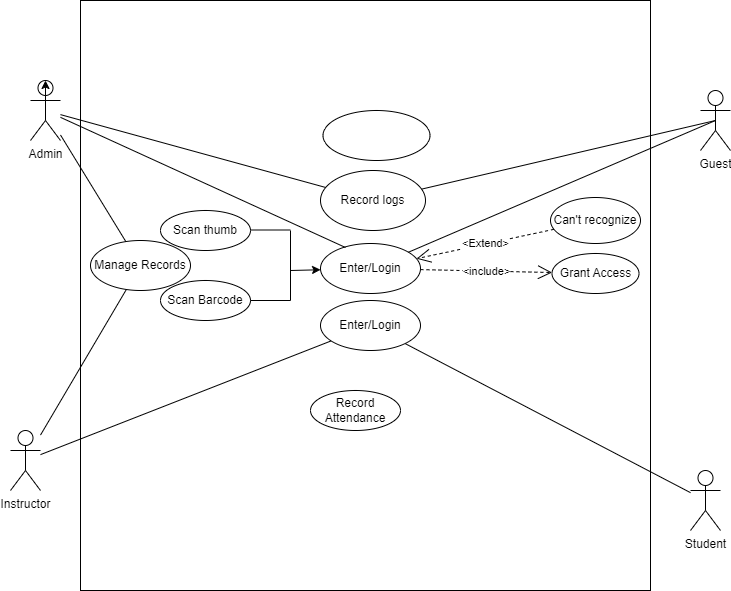
Above: UseCaseDiagram.drawio.png in kaisunoo/Acads (draw.io), before the change. Source tidied: cells renumbered, new cells last; positions are measured from the earlier drawing's top-left corner, leaving out a move shared by most shapes. Its diagram source:
```xml
<mxGraphModel>
  <root>
    <mxCell id="0" />
    <mxCell id="1" parent="0" />
    <mxCell id="2" style="rounded=0;whiteSpace=wrap;html=1;" parent="1" vertex="1">
      <mxGeometry x="70" width="570" height="590" as="geometry" />
    </mxCell>
    <mxCell id="3" value="Student" style="shape=umlActor;verticalLabelPosition=bottom;verticalAlign=top;html=1;outlineConnect=0;" parent="1" vertex="1">
      <mxGeometry x="680" y="470" width="30" height="60" as="geometry" />
    </mxCell>
    <mxCell id="4" value="Admin" style="shape=umlActor;verticalLabelPosition=bottom;verticalAlign=top;html=1;outlineConnect=0;" parent="1" vertex="1">
      <mxGeometry x="20" y="80" width="30" height="60" as="geometry" />
    </mxCell>
    <mxCell id="5" value="Instructor&lt;br&gt;" style="shape=umlActor;verticalLabelPosition=bottom;verticalAlign=top;html=1;outlineConnect=0;" parent="1" vertex="1">
      <mxGeometry y="430" width="30" height="60" as="geometry" />
    </mxCell>
    <mxCell id="6" value="Guest" style="shape=umlActor;verticalLabelPosition=bottom;verticalAlign=top;html=1;outlineConnect=0;" parent="1" vertex="1">
      <mxGeometry x="690" y="90" width="30" height="60" as="geometry" />
    </mxCell>
    <mxCell id="7" value="Enter/Login" style="ellipse;whiteSpace=wrap;html=1;" parent="1" vertex="1">
      <mxGeometry x="310" y="243" width="100" height="50" as="geometry" />
    </mxCell>
    <mxCell id="8" value="Scan thumb" style="ellipse;whiteSpace=wrap;html=1;" parent="1" vertex="1">
      <mxGeometry x="150" y="210" width="90" height="40" as="geometry" />
    </mxCell>
    <mxCell id="9" value="Scan Barcode" style="ellipse;whiteSpace=wrap;html=1;" parent="1" vertex="1">
      <mxGeometry x="150" y="280" width="90" height="40" as="geometry" />
    </mxCell>
    <mxCell id="10" style="endArrow=none;html=1;rounded=0;" parent="1" edge="1" source="9">
      <mxGeometry relative="1" as="geometry">
        <mxPoint x="280" y="300" as="targetPoint" />
      </mxGeometry>
    </mxCell>
    <mxCell id="11" style="endArrow=none;html=1;rounded=0;" parent="1" edge="1">
      <mxGeometry relative="1" as="geometry">
        <mxPoint x="240" y="229.5" as="sourcePoint" />
        <mxPoint x="280" y="229.5" as="targetPoint" />
      </mxGeometry>
    </mxCell>
    <mxCell id="12" style="endArrow=none;html=1;rounded=0;" parent="1" edge="1">
      <mxGeometry relative="1" as="geometry">
        <mxPoint x="280" y="300" as="sourcePoint" />
        <mxPoint x="280" y="230" as="targetPoint" />
      </mxGeometry>
    </mxCell>
    <mxCell id="13" style="endArrow=classic;html=1;rounded=0;" parent="1" edge="1" target="7">
      <mxGeometry relative="1" as="geometry">
        <mxPoint x="280" y="270" as="sourcePoint" />
      </mxGeometry>
    </mxCell>
    <mxCell id="14" style="edgeStyle=orthogonalEdgeStyle;rounded=0;orthogonalLoop=1;jettySize=auto;html=1;exitX=0.5;exitY=0.5;exitDx=0;exitDy=0;exitPerimeter=0;entryX=0.5;entryY=0;entryDx=0;entryDy=0;entryPerimeter=0;" parent="1" edge="1" source="4" target="4">
      <mxGeometry relative="1" as="geometry" />
    </mxCell>
    <mxCell id="15" style="endArrow=none;html=1;rounded=0;exitX=0.25;exitY=0.08;exitDx=0;exitDy=0;exitPerimeter=0;" parent="1" edge="1" source="7" target="4">
      <mxGeometry relative="1" as="geometry" />
    </mxCell>
    <mxCell id="16" style="endArrow=none;html=1;rounded=0;" parent="1" edge="1" source="5" target="31">
      <mxGeometry relative="1" as="geometry" />
    </mxCell>
    <mxCell id="17" style="endArrow=none;html=1;rounded=0;" parent="1" edge="1" source="31" target="3">
      <mxGeometry relative="1" as="geometry" />
    </mxCell>
    <mxCell id="18" style="endArrow=none;html=1;rounded=0;entryX=0.5;entryY=0.5;entryDx=0;entryDy=0;entryPerimeter=0;" parent="1" edge="1" source="7" target="6">
      <mxGeometry relative="1" as="geometry" />
    </mxCell>
    <mxCell id="19" value="Record Attendance" style="ellipse;whiteSpace=wrap;html=1;" parent="1" vertex="1">
      <mxGeometry x="300" y="390" width="90" height="40" as="geometry" />
    </mxCell>
    <mxCell id="20" value="Record logs" style="ellipse;whiteSpace=wrap;html=1;" parent="1" vertex="1">
      <mxGeometry x="310" y="170" width="105" height="60" as="geometry" />
    </mxCell>
    <mxCell id="21" style="endArrow=none;html=1;rounded=0;" parent="1" edge="1" source="4" target="20">
      <mxGeometry relative="1" as="geometry" />
    </mxCell>
    <mxCell id="22" style="endArrow=none;html=1;rounded=0;entryX=0.5;entryY=0.5;entryDx=0;entryDy=0;entryPerimeter=0;" parent="1" edge="1" source="20" target="6">
      <mxGeometry relative="1" as="geometry" />
    </mxCell>
    <mxCell id="23" value="Can't recognize" style="ellipse;whiteSpace=wrap;html=1;" parent="1" vertex="1">
      <mxGeometry x="540" y="197" width="90" height="46" as="geometry" />
    </mxCell>
    <mxCell id="24" value="&amp;lt;Extend&amp;gt;" style="endArrow=open;endSize=12;dashed=1;html=1;rounded=0;" parent="1" edge="1" source="23" target="7">
      <mxGeometry relative="1" as="geometry" />
    </mxCell>
    <mxCell id="25" value="Manage Records" style="ellipse;whiteSpace=wrap;html=1;" parent="1" vertex="1">
      <mxGeometry x="80" y="240" width="100" height="50" as="geometry" />
    </mxCell>
    <mxCell id="26" style="endArrow=none;html=1;rounded=0;" parent="1" edge="1" source="5" target="25">
      <mxGeometry relative="1" as="geometry" />
    </mxCell>
    <mxCell id="27" style="ellipse;whiteSpace=wrap;html=1;" parent="1" vertex="1">
      <mxGeometry x="312.5" y="110" width="107" height="50" as="geometry" />
    </mxCell>
    <mxCell id="28" style="endArrow=none;html=1;rounded=0;" parent="1" edge="1" source="4" target="25">
      <mxGeometry relative="1" as="geometry" />
    </mxCell>
    <mxCell id="29" value="Grant Access" style="ellipse;whiteSpace=wrap;html=1;" parent="1" vertex="1">
      <mxGeometry x="541.5" y="253" width="87" height="40" as="geometry" />
    </mxCell>
    <mxCell id="30" value="&amp;lt;include&amp;gt;" style="endArrow=open;endSize=12;dashed=1;html=1;rounded=0;" parent="1" edge="1" source="7" target="29">
      <mxGeometry relative="1" as="geometry" />
    </mxCell>
    <mxCell id="31" value="Enter/Login" style="ellipse;whiteSpace=wrap;html=1;" parent="1" vertex="1">
      <mxGeometry x="310" y="300" width="100" height="50" as="geometry" />
    </mxCell>
  </root>
</mxGraphModel>
```
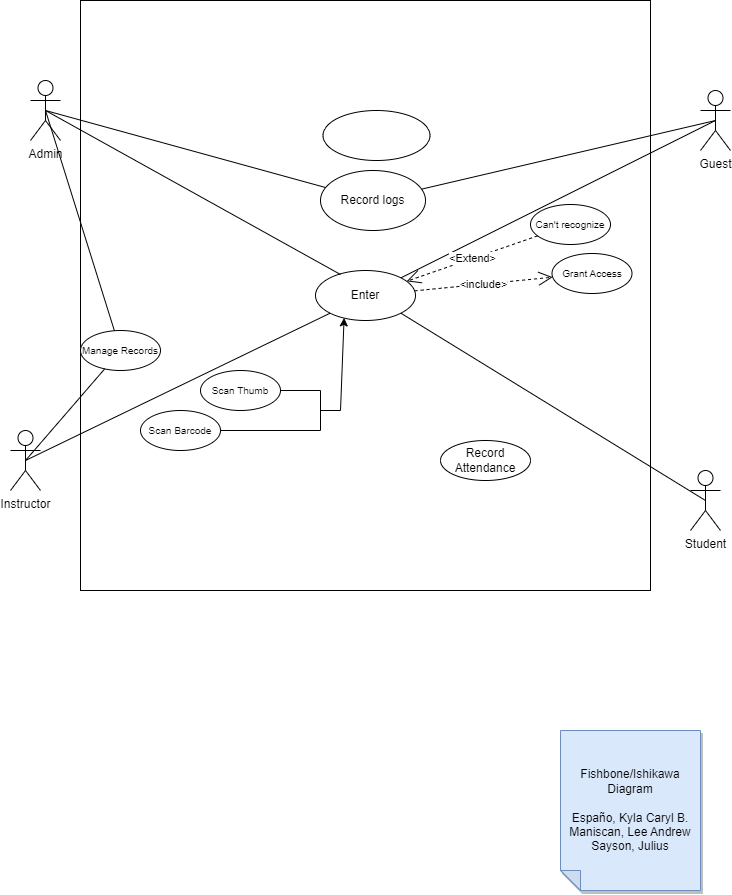
The same file after the commit.

Change to the diagram source:
```diff
@@ -17,90 +17,89 @@
     <mxCell id="6" value="Guest" style="shape=umlActor;verticalLabelPosition=bottom;verticalAlign=top;html=1;outlineConnect=0;" parent="1" vertex="1">
       <mxGeometry x="690" y="90" width="30" height="60" as="geometry" />
     </mxCell>
-    <mxCell id="7" value="Enter/Login" style="ellipse;whiteSpace=wrap;html=1;" parent="1" vertex="1">
-      <mxGeometry x="310" y="243" width="100" height="50" as="geometry" />
+    <mxCell id="7" value="Enter" style="ellipse;whiteSpace=wrap;html=1;" parent="1" vertex="1">
+      <mxGeometry x="305" y="270" width="100" height="50" as="geometry" />
     </mxCell>
-    <mxCell id="8" value="Scan thumb" style="ellipse;whiteSpace=wrap;html=1;" parent="1" vertex="1">
-      <mxGeometry x="150" y="210" width="90" height="40" as="geometry" />
+    <mxCell id="8" value="&lt;font style=&quot;font-size: 10px;&quot;&gt;Scan Thumb&lt;/font&gt;" style="ellipse;whiteSpace=wrap;html=1;" parent="1" vertex="1">
+      <mxGeometry x="190" y="370" width="80" height="40" as="geometry" />
     </mxCell>
-    <mxCell id="9" value="Scan Barcode" style="ellipse;whiteSpace=wrap;html=1;" parent="1" vertex="1">
-      <mxGeometry x="150" y="280" width="90" height="40" as="geometry" />
+    <mxCell id="9" value="&lt;font style=&quot;font-size: 10px;&quot;&gt;Scan Barcode&lt;/font&gt;" style="ellipse;whiteSpace=wrap;html=1;" parent="1" vertex="1">
+      <mxGeometry x="130" y="410" width="80" height="40" as="geometry" />
     </mxCell>
-    <mxCell id="10" style="endArrow=none;html=1;rounded=0;" parent="1" edge="1" source="9">
+    <mxCell id="10" style="endArrow=none;html=1;rounded=0;exitX=1;exitY=0.5;exitDx=0;exitDy=0;" parent="1" edge="1" source="9">
       <mxGeometry relative="1" as="geometry">
-        <mxPoint x="280" y="300" as="targetPoint" />
+        <mxPoint x="310" y="430" as="targetPoint" />
       </mxGeometry>
     </mxCell>
-    <mxCell id="11" style="endArrow=none;html=1;rounded=0;" parent="1" edge="1">
+    <mxCell id="11" style="endArrow=none;html=1;rounded=0;exitX=1;exitY=0.5;exitDx=0;exitDy=0;" parent="1" edge="1" source="8">
       <mxGeometry relative="1" as="geometry">
-        <mxPoint x="240" y="229.5" as="sourcePoint" />
-        <mxPoint x="280" y="229.5" as="targetPoint" />
+        <mxPoint x="310" y="390" as="targetPoint" />
       </mxGeometry>
     </mxCell>
     <mxCell id="12" style="endArrow=none;html=1;rounded=0;" parent="1" edge="1">
       <mxGeometry relative="1" as="geometry">
-        <mxPoint x="280" y="300" as="sourcePoint" />
-        <mxPoint x="280" y="230" as="targetPoint" />
+        <mxPoint x="310" y="430" as="sourcePoint" />
+        <mxPoint x="310" y="390" as="targetPoint" />
       </mxGeometry>
     </mxCell>
-    <mxCell id="13" style="endArrow=classic;html=1;rounded=0;" parent="1" edge="1" target="7">
+    <mxCell id="13" style="endArrow=classic;html=1;rounded=0;entryX=0.286;entryY=0.948;entryDx=0;entryDy=0;entryPerimeter=0;" parent="1" edge="1" target="7">
       <mxGeometry relative="1" as="geometry">
-        <mxPoint x="280" y="270" as="sourcePoint" />
+        <mxPoint x="310" y="410" as="sourcePoint" />
+        <Array as="points">
+          <mxPoint x="330" y="410" />
+        </Array>
       </mxGeometry>
     </mxCell>
-    <mxCell id="14" style="edgeStyle=orthogonalEdgeStyle;rounded=0;orthogonalLoop=1;jettySize=auto;html=1;exitX=0.5;exitY=0.5;exitDx=0;exitDy=0;exitPerimeter=0;entryX=0.5;entryY=0;entryDx=0;entryDy=0;entryPerimeter=0;" parent="1" edge="1" source="4" target="4">
-      <mxGeometry relative="1" as="geometry" />
-    </mxCell>
-    <mxCell id="15" style="endArrow=none;html=1;rounded=0;exitX=0.25;exitY=0.08;exitDx=0;exitDy=0;exitPerimeter=0;" parent="1" edge="1" source="7" target="4">
+    <mxCell id="15" style="endArrow=none;html=1;rounded=0;exitX=0.25;exitY=0.08;exitDx=0;exitDy=0;exitPerimeter=0;entryX=0.5;entryY=0.5;entryDx=0;entryDy=0;entryPerimeter=0;" parent="1" edge="1" source="7" target="4">
       <mxGeometry relative="1" as="geometry" />
     </mxCell>
-    <mxCell id="16" style="endArrow=none;html=1;rounded=0;" parent="1" edge="1" source="5" target="31">
+    <mxCell id="16" style="endArrow=none;html=1;rounded=0;exitX=0.5;exitY=0.5;exitDx=0;exitDy=0;exitPerimeter=0;entryX=0;entryY=1;entryDx=0;entryDy=0;" parent="1" edge="1" source="5" target="7">
       <mxGeometry relative="1" as="geometry" />
     </mxCell>
-    <mxCell id="17" style="endArrow=none;html=1;rounded=0;" parent="1" edge="1" source="31" target="3">
+    <mxCell id="17" style="endArrow=none;html=1;rounded=0;entryX=0.5;entryY=0.5;entryDx=0;entryDy=0;entryPerimeter=0;exitX=1;exitY=1;exitDx=0;exitDy=0;" parent="1" edge="1" source="7" target="3">
       <mxGeometry relative="1" as="geometry" />
     </mxCell>
     <mxCell id="18" style="endArrow=none;html=1;rounded=0;entryX=0.5;entryY=0.5;entryDx=0;entryDy=0;entryPerimeter=0;" parent="1" edge="1" source="7" target="6">
       <mxGeometry relative="1" as="geometry" />
     </mxCell>
     <mxCell id="19" value="Record Attendance" style="ellipse;whiteSpace=wrap;html=1;" parent="1" vertex="1">
-      <mxGeometry x="300" y="390" width="90" height="40" as="geometry" />
+      <mxGeometry x="430" y="440" width="90" height="40" as="geometry" />
     </mxCell>
     <mxCell id="20" value="Record logs" style="ellipse;whiteSpace=wrap;html=1;" parent="1" vertex="1">
       <mxGeometry x="310" y="170" width="105" height="60" as="geometry" />
     </mxCell>
-    <mxCell id="21" style="endArrow=none;html=1;rounded=0;" parent="1" edge="1" source="4" target="20">
+    <mxCell id="21" style="endArrow=none;html=1;rounded=0;exitX=0.5;exitY=0.5;exitDx=0;exitDy=0;exitPerimeter=0;" parent="1" edge="1" source="4" target="20">
       <mxGeometry relative="1" as="geometry" />
     </mxCell>
     <mxCell id="22" style="endArrow=none;html=1;rounded=0;entryX=0.5;entryY=0.5;entryDx=0;entryDy=0;entryPerimeter=0;" parent="1" edge="1" source="20" target="6">
       <mxGeometry relative="1" as="geometry" />
     </mxCell>
-    <mxCell id="23" value="Can't recognize" style="ellipse;whiteSpace=wrap;html=1;" parent="1" vertex="1">
-      <mxGeometry x="540" y="197" width="90" height="46" as="geometry" />
+    <mxCell id="23" value="&lt;font style=&quot;font-size: 10px;&quot;&gt;Can't recognize&lt;/font&gt;" style="ellipse;whiteSpace=wrap;html=1;" parent="1" vertex="1">
+      <mxGeometry x="520" y="204" width="80" height="40" as="geometry" />
     </mxCell>
     <mxCell id="24" value="&amp;lt;Extend&amp;gt;" style="endArrow=open;endSize=12;dashed=1;html=1;rounded=0;" parent="1" edge="1" source="23" target="7">
       <mxGeometry relative="1" as="geometry" />
     </mxCell>
-    <mxCell id="25" value="Manage Records" style="ellipse;whiteSpace=wrap;html=1;" parent="1" vertex="1">
-      <mxGeometry x="80" y="240" width="100" height="50" as="geometry" />
+    <mxCell id="25" value="&lt;font style=&quot;font-size: 10px;&quot;&gt;Manage Records&lt;/font&gt;" style="ellipse;whiteSpace=wrap;html=1;" parent="1" vertex="1">
+      <mxGeometry x="70" y="330" width="80" height="40" as="geometry" />
     </mxCell>
-    <mxCell id="26" style="endArrow=none;html=1;rounded=0;" parent="1" edge="1" source="5" target="25">
+    <mxCell id="26" style="endArrow=none;html=1;rounded=0;exitX=0.5;exitY=0.5;exitDx=0;exitDy=0;exitPerimeter=0;" parent="1" edge="1" source="5" target="25">
       <mxGeometry relative="1" as="geometry" />
     </mxCell>
     <mxCell id="27" style="ellipse;whiteSpace=wrap;html=1;" parent="1" vertex="1">
       <mxGeometry x="312.5" y="110" width="107" height="50" as="geometry" />
     </mxCell>
-    <mxCell id="28" style="endArrow=none;html=1;rounded=0;" parent="1" edge="1" source="4" target="25">
+    <mxCell id="28" style="endArrow=none;html=1;rounded=0;exitX=0.5;exitY=0.5;exitDx=0;exitDy=0;exitPerimeter=0;" parent="1" edge="1" source="4" target="25">
       <mxGeometry relative="1" as="geometry" />
     </mxCell>
-    <mxCell id="29" value="Grant Access" style="ellipse;whiteSpace=wrap;html=1;" parent="1" vertex="1">
-      <mxGeometry x="541.5" y="253" width="87" height="40" as="geometry" />
+    <mxCell id="29" value="&lt;font style=&quot;font-size: 10px;&quot;&gt;Grant Access&lt;/font&gt;" style="ellipse;whiteSpace=wrap;html=1;" parent="1" vertex="1">
+      <mxGeometry x="541.5" y="253" width="80" height="40" as="geometry" />
     </mxCell>
     <mxCell id="30" value="&amp;lt;include&amp;gt;" style="endArrow=open;endSize=12;dashed=1;html=1;rounded=0;" parent="1" edge="1" source="7" target="29">
       <mxGeometry relative="1" as="geometry" />
     </mxCell>
-    <mxCell id="31" value="Enter/Login" style="ellipse;whiteSpace=wrap;html=1;" parent="1" vertex="1">
-      <mxGeometry x="310" y="300" width="100" height="50" as="geometry" />
-    </mxCell>
+    <mxCell id="32" value="Fishbone/Ishikawa Diagram&lt;br&gt;&lt;br&gt;Españo, Kyla Caryl B.&lt;br&gt;Maniscan, Lee Andrew&lt;br&gt;Sayson, Julius" style="shape=note;whiteSpace=wrap;html=1;backgroundOutline=1;darkOpacity=0.05;fillColor=#dae8fc;strokeColor=#6c8ebf;fillStyle=solid;direction=west;gradientDirection=north;shadow=1;size=20;" parent="1" vertex="1">
+      <mxGeometry x="550" y="730" width="140" height="160" as="geometry" />
+    </mxCell>
   </root>
 </mxGraphModel>
```
